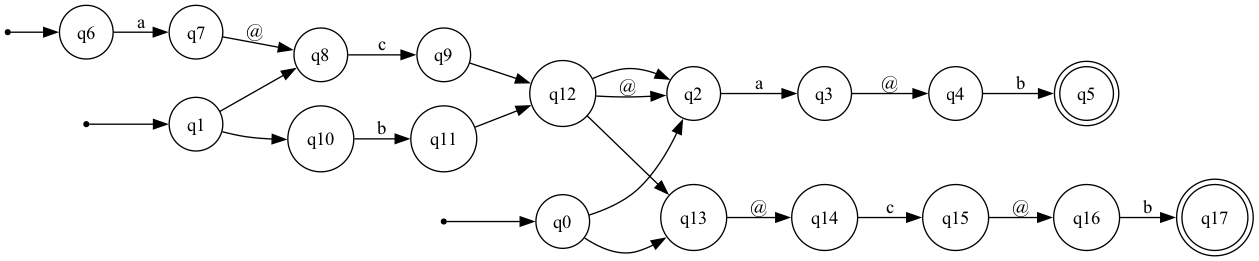
Before: files/nfa.png, a diagram exported from Graphviz (grvaldes/Compilateur_C). Its source is kept beside it as files/nfa.dot. Source of this version:
```dot
digraph NFA {
  rankdir=LR;
  node [shape=circle];
  q2;
  q3;
  q4;
  q5 [shape=doublecircle];
  q6;
  q7;
  q8;
  q9;
  q10;
  q11;
  q1;
  q12;
  q0;
  q13;
  q14;
  q15;
  q16;
  q17 [shape=doublecircle];
  start_q6 [shape=point];
  start_q6 -> q6;
  start_q1 [shape=point];
  start_q1 -> q1;
  start_q0 [shape=point];
  start_q0 -> q0;
  q2 -> q3 [label="a"];
  q4 -> q5 [label="b"];
  q3 -> q4 [label="@"];
  q6 -> q7 [label="a"];
  q8 -> q9 [label="c"];
  q7 -> q8 [label="@"];
  q10 -> q11 [label="b"];
  q1 -> q8 [label=" "];
  q1 -> q10 [label=" "];
  q9 -> q12 [label=" "];
  q11 -> q12 [label=" "];
  q0 -> q2 [label=" "];
  q0 -> q13 [label=" "];
  q12 -> q2 [label=" "];
  q12 -> q13 [label=" "];
  q12 -> q2 [label="@"];
  q14 -> q15 [label="c"];
  q13 -> q14 [label="@"];
  q16 -> q17 [label="b"];
  q15 -> q16 [label="@"];
}
```
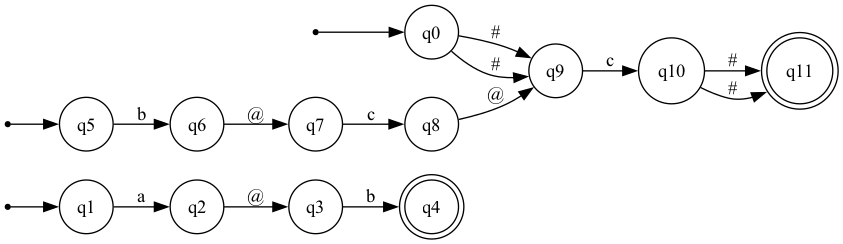
After the change.

Diff of the diagram source:
```diff
@@ -1,48 +1,34 @@
 digraph NFA {
   rankdir=LR;
   node [shape=circle];
+  q1;
   q2;
   q3;
-  q4;
-  q5 [shape=doublecircle];
+  q4 [shape=doublecircle];
+  q5;
   q6;
   q7;
   q8;
   q9;
   q10;
-  q11;
-  q1;
-  q12;
   q0;
-  q13;
-  q14;
-  q15;
-  q16;
-  q17 [shape=doublecircle];
-  start_q6 [shape=point];
-  start_q6 -> q6;
+  q11 [shape=doublecircle];
   start_q1 [shape=point];
   start_q1 -> q1;
+  start_q5 [shape=point];
+  start_q5 -> q5;
   start_q0 [shape=point];
   start_q0 -> q0;
-  q2 -> q3 [label="a"];
-  q4 -> q5 [label="b"];
-  q3 -> q4 [label="@"];
-  q6 -> q7 [label="a"];
-  q8 -> q9 [label="c"];
-  q7 -> q8 [label="@"];
-  q10 -> q11 [label="b"];
-  q1 -> q8 [label=" "];
-  q1 -> q10 [label=" "];
-  q9 -> q12 [label=" "];
-  q11 -> q12 [label=" "];
-  q0 -> q2 [label=" "];
-  q0 -> q13 [label=" "];
-  q12 -> q2 [label=" "];
-  q12 -> q13 [label=" "];
-  q12 -> q2 [label="@"];
-  q14 -> q15 [label="c"];
-  q13 -> q14 [label="@"];
-  q16 -> q17 [label="b"];
-  q15 -> q16 [label="@"];
+  q1 -> q2 [label="a"];
+  q3 -> q4 [label="b"];
+  q2 -> q3 [label="@"];
+  q5 -> q6 [label="b"];
+  q7 -> q8 [label="c"];
+  q6 -> q7 [label="@"];
+  q9 -> q10 [label="c"];
+  q8 -> q9 [label="@"];
+  q0 -> q9 [label="#"];
+  q0 -> q9 [label="#"];
+  q10 -> q11 [label="#"];
+  q10 -> q11 [label="#"];
 }
```
